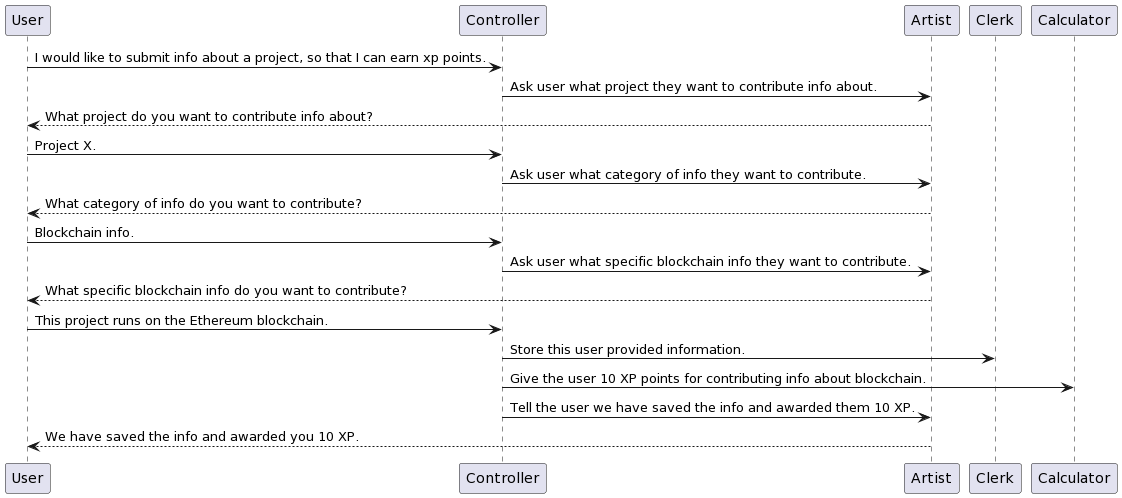
garthmortensen/BetterCryptoBureau keeps this PlantUML diagram as 03_Elaboration/images/user_story_user_provided_content.png. Above is the earlier version. Its diagram source:
```plantuml
@startuml
User -> Controller: I would like to submit info about a project, so that I can earn xp points.
Controller -> Artist: Ask user what project they want to contribute info about.
Artist --> User: What project do you want to contribute info about?
User -> Controller: Project X.
Controller -> Artist: Ask user what category of info they want to contribute.
Artist --> User: What category of info do you want to contribute?
User -> Controller: Blockchain info.
Controller -> Artist: Ask user what specific blockchain info they want to contribute.
Artist --> User: What specific blockchain info do you want to contribute?
User -> Controller: This project runs on the Ethereum blockchain.
Controller -> Clerk: Store this user provided information.
Controller -> Calculator: Give the user 10 XP points for contributing info about blockchain.
Controller -> Artist: Tell the user we have saved the info and awarded them 10 XP.
Artist --> User: We have saved the info and awarded you 10 XP.
@enduml
```
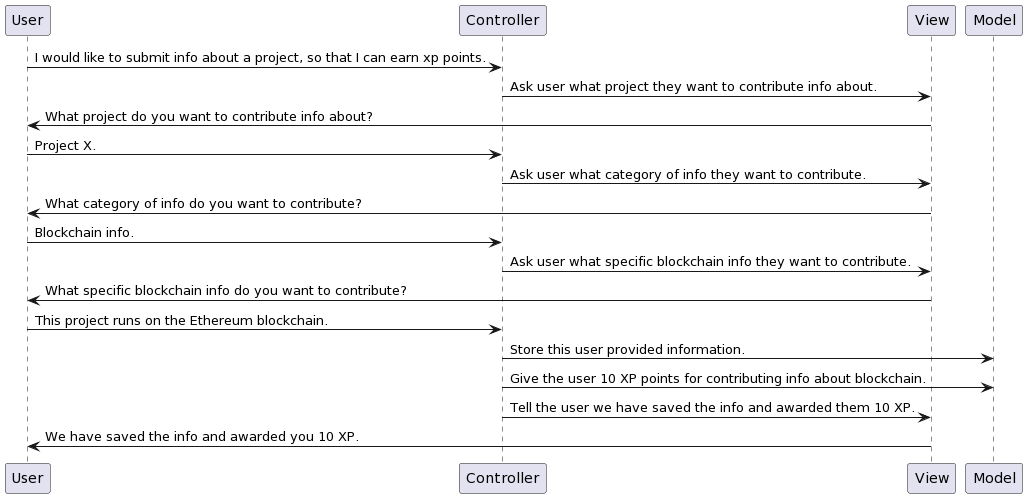
Later version of the same file.

What changed in the source:
```diff
@@ -1,16 +1,16 @@
 @startuml
 User -> Controller: I would like to submit info about a project, so that I can earn xp points.
-Controller -> Artist: Ask user what project they want to contribute info about.
-Artist --> User: What project do you want to contribute info about?
+Controller -> View: Ask user what project they want to contribute info about.
+View -> User: What project do you want to contribute info about?
 User -> Controller: Project X.
-Controller -> Artist: Ask user what category of info they want to contribute.
-Artist --> User: What category of info do you want to contribute?
+Controller -> View: Ask user what category of info they want to contribute.
+View -> User: What category of info do you want to contribute?
 User -> Controller: Blockchain info.
-Controller -> Artist: Ask user what specific blockchain info they want to contribute.
-Artist --> User: What specific blockchain info do you want to contribute?
+Controller -> View: Ask user what specific blockchain info they want to contribute.
+View -> User: What specific blockchain info do you want to contribute?
 User -> Controller: This project runs on the Ethereum blockchain.
-Controller -> Clerk: Store this user provided information.
-Controller -> Calculator: Give the user 10 XP points for contributing info about blockchain.
-Controller -> Artist: Tell the user we have saved the info and awarded them 10 XP.
-Artist --> User: We have saved the info and awarded you 10 XP.
+Controller -> Model: Store this user provided information.
+Controller -> Model: Give the user 10 XP points for contributing info about blockchain.
+Controller -> View: Tell the user we have saved the info and awarded them 10 XP.
+View -> User: We have saved the info and awarded you 10 XP.
 @enduml
```
